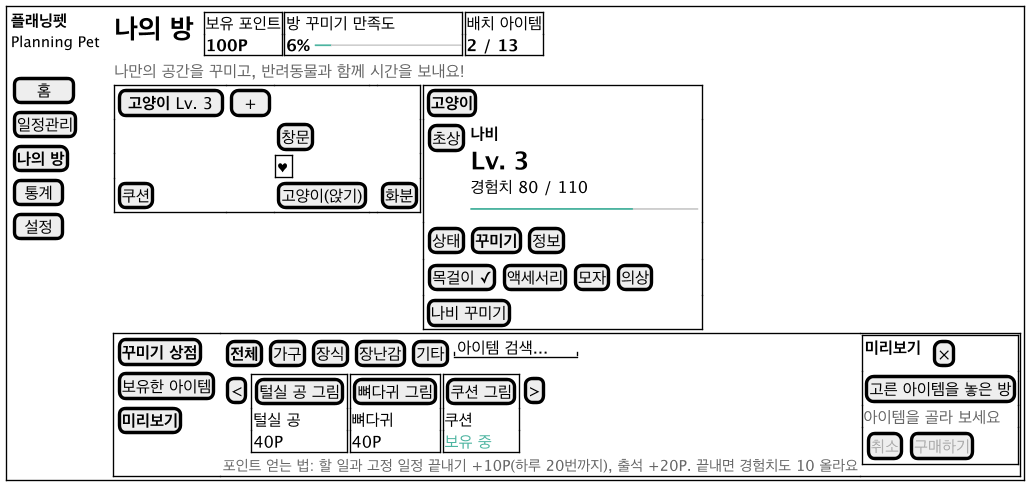
This is docs/diagrams/ui-room.png from 2026-2-software-system-design-11/planning-pet-app, a PlantUML export, as it was before one commit.
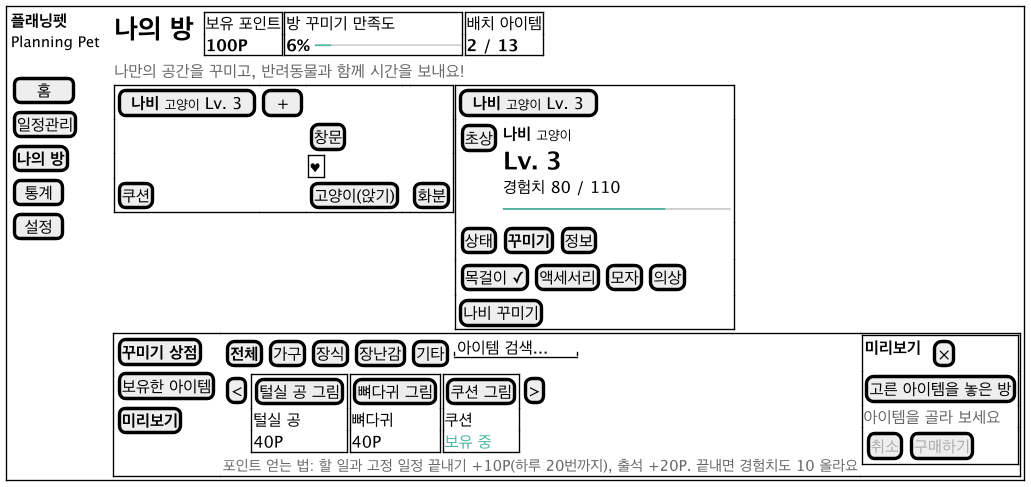
The same file after the commit.

Diff of the diagram source:
```diff
@@ -20,13 +20,13 @@
       { <color:#666666>나만의 공간을 꾸미고, 반려동물과 함께 시간을 보내요!</color> }
       {
         {+
-          [<b>고양이</b> Lv. 3] | [ + ] | . | . | .
+          [<b>나비</b> <size:10>고양이</size> Lv. 3] | [ + ] | . | . | .
           . | . | [창문] | . | .
           . | . | {+ ♥ } | . | .
           [쿠션] | . | [고양이(앉기)] | . | [화분]
         } | {+
-          [<b>고양이</b>]
-          { [초상] | { <b>나비</b>
+          [<b>나비</b> <size:10>고양이</size> Lv. 3]
+          { [초상] | { <b>나비</b> <size:10>고양이</size>
 <size:18><b>Lv. 3</b></size>
 경험치 80 / 110
 <color:#4DB4A0>━━━━━━━━━━</color><color:#CCCCCC>━━━━</color> } }
```
